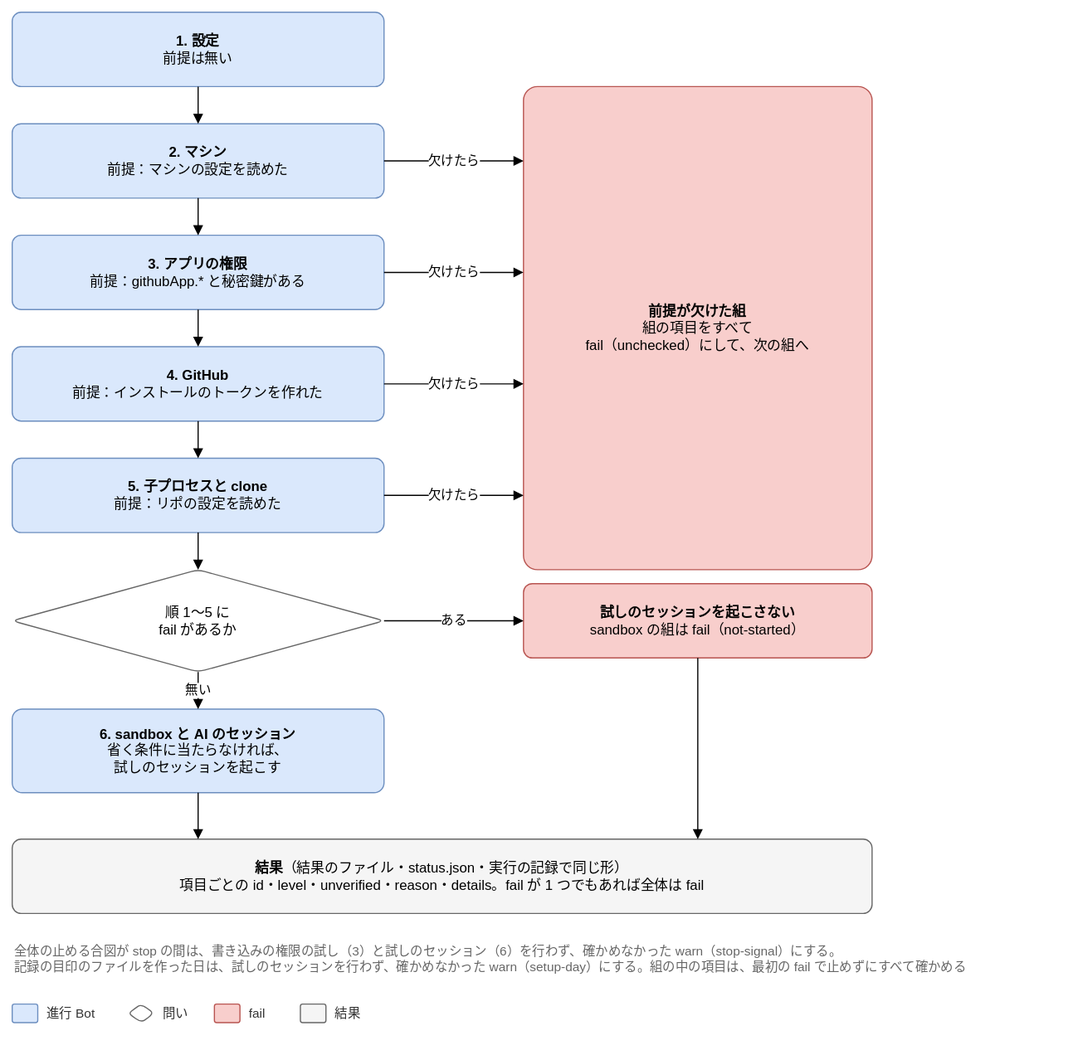
The draw.io diagram docs/design/detailed/diagrams/04-groups.drawio.svg in Joymerrevent/dev-autopilot, before a commit. Source tidied: cells renumbered, new cells last; positions are measured from the earlier drawing's top-left corner, leaving out a move shared by most shapes.
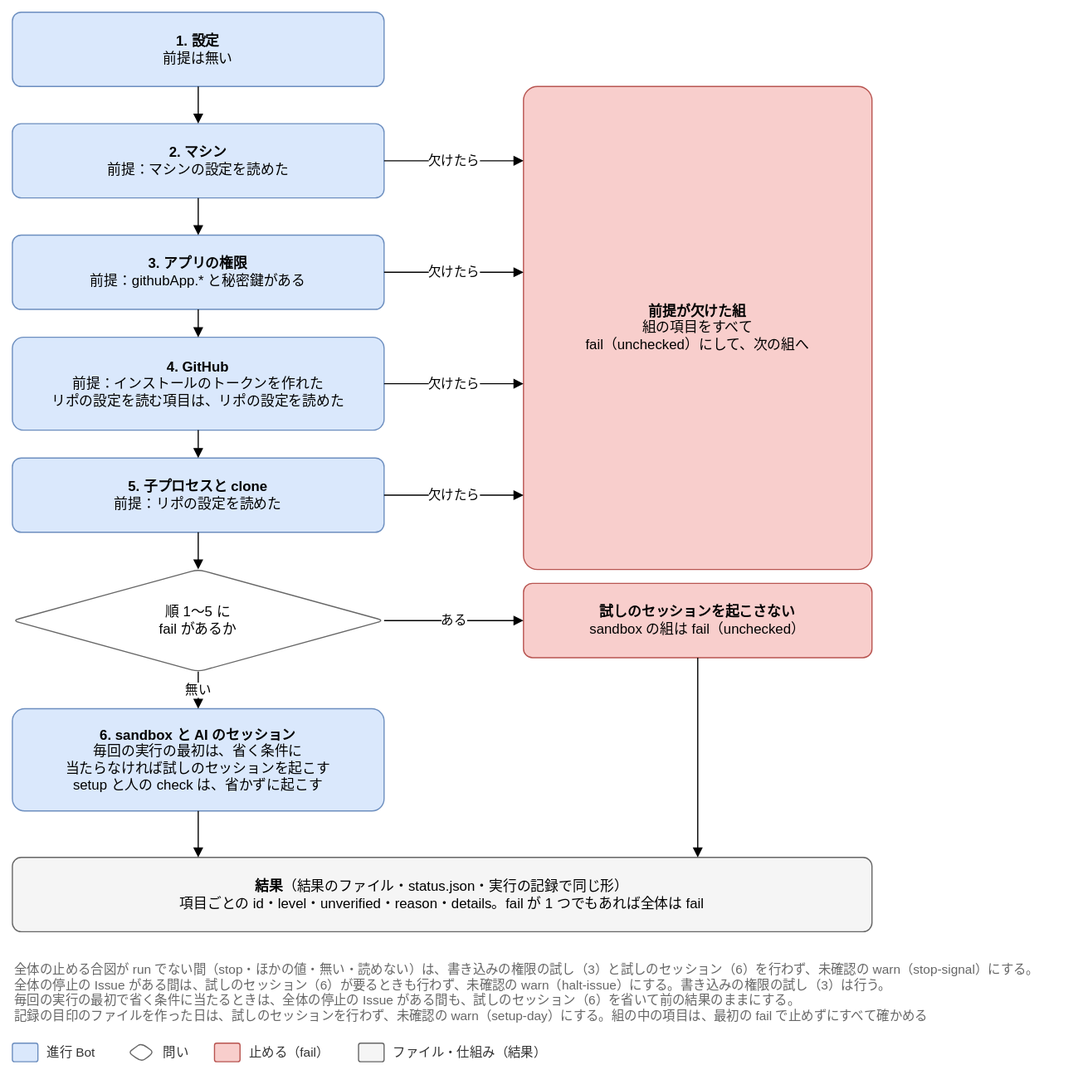
Above is the later version.

Commit message:
docs(design): 詳細設計のレビューの指摘を、点検（04）と setup（05）で直す (#222)

What changed in the source:
```diff
@@ -17,8 +17,8 @@
     <mxCell id="6" style="edgeStyle=orthogonalEdgeStyle;rounded=1;html=1;endArrow=block;endFill=1;fontSize=11;labelBackgroundColor=#ffffff;exitX=0.5;exitY=1;exitDx=0;exitDy=0;entryX=0.5;entryY=0;entryDx=0;entryDy=0;" parent="1" edge="1" source="3" target="5">
       <mxGeometry relative="1" as="geometry" />
     </mxCell>
-    <mxCell id="7" value="&lt;b&gt;4. GitHub&lt;/b&gt;&lt;br&gt;前提：インストールのトークンを作れた" style="rounded=1;whiteSpace=wrap;html=1;fontSize=12;arcSize=12;spacing=12;fillColor=#dae8fc;strokeColor=#6c8ebf;" parent="1" vertex="1">
-      <mxGeometry y="288" width="320" height="64" as="geometry" />
+    <mxCell id="7" value="&lt;b&gt;4. GitHub&lt;/b&gt;&lt;br&gt;前提：インストールのトークンを作れた&lt;br&gt;リポの設定を読む項目は、リポの設定を読めた" style="rounded=1;whiteSpace=wrap;html=1;fontSize=12;arcSize=12;spacing=12;fillColor=#dae8fc;strokeColor=#6c8ebf;" parent="1" vertex="1">
+      <mxGeometry y="280" width="320" height="80" as="geometry" />
     </mxCell>
     <mxCell id="8" style="edgeStyle=orthogonalEdgeStyle;rounded=1;html=1;endArrow=block;endFill=1;fontSize=11;labelBackgroundColor=#ffffff;exitX=0.5;exitY=1;exitDx=0;exitDy=0;entryX=0.5;entryY=0;entryDx=0;entryDy=0;" parent="1" edge="1" source="5" target="7">
       <mxGeometry relative="1" as="geometry" />
@@ -50,20 +50,20 @@
     <mxCell id="17" style="edgeStyle=orthogonalEdgeStyle;rounded=1;html=1;endArrow=block;endFill=1;fontSize=11;labelBackgroundColor=#ffffff;exitX=0.5;exitY=1;exitDx=0;exitDy=0;entryX=0.5;entryY=0;entryDx=0;entryDy=0;" parent="1" edge="1" source="9" target="16">
       <mxGeometry relative="1" as="geometry" />
     </mxCell>
-    <mxCell id="18" value="&lt;b&gt;試しのセッションを起こさない&lt;/b&gt;&lt;br&gt;sandbox の組は fail（not-started）" style="rounded=1;whiteSpace=wrap;html=1;fontSize=12;arcSize=12;spacing=12;fillColor=#f8cecc;strokeColor=#b85450;" parent="1" vertex="1">
+    <mxCell id="18" value="&lt;b&gt;試しのセッションを起こさない&lt;/b&gt;&lt;br&gt;sandbox の組は fail（unchecked）" style="rounded=1;whiteSpace=wrap;html=1;fontSize=12;arcSize=12;spacing=12;fillColor=#f8cecc;strokeColor=#b85450;" parent="1" vertex="1">
       <mxGeometry x="440" y="492" width="300" height="64" as="geometry" />
     </mxCell>
     <mxCell id="19" value="ある" style="edgeStyle=orthogonalEdgeStyle;rounded=1;html=1;endArrow=block;endFill=1;fontSize=11;labelBackgroundColor=#ffffff;exitX=1;exitY=0.5;exitDx=0;exitDy=0;entryX=0;entryY=0.5;entryDx=0;entryDy=0;" parent="1" edge="1" source="16" target="18">
       <mxGeometry relative="1" as="geometry" />
     </mxCell>
-    <mxCell id="20" value="&lt;b&gt;6. sandbox と AI のセッション&lt;/b&gt;&lt;br&gt;省く条件に当たらなければ、&lt;br&gt;試しのセッションを起こす" style="rounded=1;whiteSpace=wrap;html=1;fontSize=12;arcSize=12;spacing=12;fillColor=#dae8fc;strokeColor=#6c8ebf;" parent="1" vertex="1">
-      <mxGeometry y="600" width="320" height="72" as="geometry" />
+    <mxCell id="20" value="&lt;b&gt;6. sandbox と AI のセッション&lt;/b&gt;&lt;br&gt;毎回の実行の最初は、省く条件に&lt;br&gt;当たらなければ試しのセッションを起こす&lt;br&gt;setup と人の check は、省かずに起こす" style="rounded=1;whiteSpace=wrap;html=1;fontSize=12;arcSize=12;spacing=12;fillColor=#dae8fc;strokeColor=#6c8ebf;" parent="1" vertex="1">
+      <mxGeometry y="600" width="320" height="88" as="geometry" />
     </mxCell>
     <mxCell id="21" value="無い" style="edgeStyle=orthogonalEdgeStyle;rounded=1;html=1;endArrow=block;endFill=1;fontSize=11;labelBackgroundColor=#ffffff;exitX=0.5;exitY=1;exitDx=0;exitDy=0;entryX=0.5;entryY=0;entryDx=0;entryDy=0;" parent="1" edge="1" source="16" target="20">
       <mxGeometry relative="1" as="geometry" />
     </mxCell>
     <mxCell id="22" value="&lt;b&gt;結果&lt;/b&gt;（結果のファイル・status.json・実行の記録で同じ形）&lt;br&gt;項目ごとの id・level・unverified・reason・details。fail が 1 つでもあれば全体は fail" style="rounded=1;whiteSpace=wrap;html=1;fontSize=12;arcSize=12;spacing=12;fillColor=#f5f5f5;strokeColor=#666666;" parent="1" vertex="1">
-      <mxGeometry y="712" width="740" height="64" as="geometry" />
+      <mxGeometry y="728" width="740" height="64" as="geometry" />
     </mxCell>
     <mxCell id="23" style="edgeStyle=orthogonalEdgeStyle;rounded=1;html=1;endArrow=block;endFill=1;fontSize=11;labelBackgroundColor=#ffffff;exitX=0.5;exitY=1;exitDx=0;exitDy=0;entryX=0.21621621621621623;entryY=0;entryDx=0;entryDy=0;" parent="1" edge="1" source="20" target="22">
       <mxGeometry relative="1" as="geometry" />
@@ -71,32 +71,32 @@
     <mxCell id="24" style="edgeStyle=orthogonalEdgeStyle;rounded=1;html=1;endArrow=block;endFill=1;fontSize=11;labelBackgroundColor=#ffffff;exitX=0.5;exitY=1;exitDx=0;exitDy=0;entryX=0.7972972972972973;entryY=0;entryDx=0;entryDy=0;" parent="1" edge="1" source="18" target="22">
       <mxGeometry relative="1" as="geometry" />
     </mxCell>
-    <mxCell id="25" value="全体の止める合図が stop の間は、書き込みの権限の試し（3）と試しのセッション（6）を行わず、確かめなかった warn（stop-signal）にする。&lt;br&gt;記録の目印のファイルを作った日は、試しのセッションを行わず、確かめなかった warn（setup-day）にする。組の中の項目は、最初の fail で止めずにすべて確かめる" style="text;html=1;whiteSpace=wrap;align=left;verticalAlign=top;fontSize=11;fontColor=#666666;" parent="1" vertex="1">
-      <mxGeometry y="796" width="900" height="40" as="geometry" />
+    <mxCell id="25" value="全体の止める合図が run でない間（stop・ほかの値・無い・読めない）は、書き込みの権限の試し（3）と試しのセッション（6）を行わず、未確認の warn（stop-signal）にする。&lt;br&gt;全体の停止の Issue がある間は、試しのセッション（6）が要るときも行わず、未確認の warn（halt-issue）にする。書き込みの権限の試し（3）は行う。&lt;br&gt;毎回の実行の最初で省く条件に当たるときは、全体の停止の Issue がある間も、試しのセッション（6）を省いて前の結果のままにする。&lt;br&gt;記録の目印のファイルを作った日は、試しのセッションを行わず、未確認の warn（setup-day）にする。組の中の項目は、最初の fail で止めずにすべて確かめる" style="text;html=1;whiteSpace=wrap;align=left;verticalAlign=top;fontSize=11;fontColor=#666666;" parent="1" vertex="1">
+      <mxGeometry y="812" width="900" height="62" as="geometry" />
     </mxCell>
     <mxCell id="26" style="rounded=1;whiteSpace=wrap;html=1;fontSize=12;arcSize=12;spacing=12;fillColor=#dae8fc;strokeColor=#6c8ebf;" parent="1" vertex="1">
-      <mxGeometry y="854" width="22" height="16" as="geometry" />
+      <mxGeometry y="888" width="22" height="16" as="geometry" />
     </mxCell>
     <mxCell id="27" value="進行 Bot" style="text;html=1;align=left;verticalAlign=middle;fontSize=11;fontColor=#333333;" parent="1" vertex="1">
-      <mxGeometry x="28" y="852" width="56" height="20" as="geometry" />
+      <mxGeometry x="28" y="886" width="56" height="20" as="geometry" />
     </mxCell>
     <mxCell id="28" style="rounded=1;whiteSpace=wrap;html=1;fontSize=12;arcSize=12;spacing=12;shape=rhombus;perimeter=rhombusPerimeter;fillColor=#ffffff;strokeColor=#666666;" parent="1" vertex="1">
-      <mxGeometry x="100" y="854" width="22" height="16" as="geometry" />
+      <mxGeometry x="100" y="888" width="22" height="16" as="geometry" />
     </mxCell>
     <mxCell id="29" value="問い" style="text;html=1;align=left;verticalAlign=middle;fontSize=11;fontColor=#333333;" parent="1" vertex="1">
-      <mxGeometry x="128" y="852" width="30" height="20" as="geometry" />
+      <mxGeometry x="128" y="886" width="30" height="20" as="geometry" />
     </mxCell>
     <mxCell id="30" style="rounded=1;whiteSpace=wrap;html=1;fontSize=12;arcSize=12;spacing=12;fillColor=#f8cecc;strokeColor=#b85450;" parent="1" vertex="1">
-      <mxGeometry x="174" y="854" width="22" height="16" as="geometry" />
+      <mxGeometry x="174" y="888" width="22" height="16" as="geometry" />
     </mxCell>
-    <mxCell id="31" value="fail" style="text;html=1;align=left;verticalAlign=middle;fontSize=11;fontColor=#333333;" parent="1" vertex="1">
-      <mxGeometry x="202" y="852" width="30" height="20" as="geometry" />
+    <mxCell id="31" value="止める（fail）" style="text;html=1;align=left;verticalAlign=middle;fontSize=11;fontColor=#333333;" parent="1" vertex="1">
+      <mxGeometry x="202" y="886" width="80" height="20" as="geometry" />
     </mxCell>
     <mxCell id="32" style="rounded=1;whiteSpace=wrap;html=1;fontSize=12;arcSize=12;spacing=12;fillColor=#f5f5f5;strokeColor=#666666;" parent="1" vertex="1">
-      <mxGeometry x="248" y="854" width="22" height="16" as="geometry" />
+      <mxGeometry x="298" y="888" width="22" height="16" as="geometry" />
     </mxCell>
-    <mxCell id="33" value="結果" style="text;html=1;align=left;verticalAlign=middle;fontSize=11;fontColor=#333333;" parent="1" vertex="1">
-      <mxGeometry x="276" y="852" width="30" height="20" as="geometry" />
+    <mxCell id="33" value="ファイル・仕組み（結果）" style="text;html=1;align=left;verticalAlign=middle;fontSize=11;fontColor=#333333;" parent="1" vertex="1">
+      <mxGeometry x="326" y="886" width="136" height="20" as="geometry" />
     </mxCell>
   </root>
 </mxGraphModel>
```
